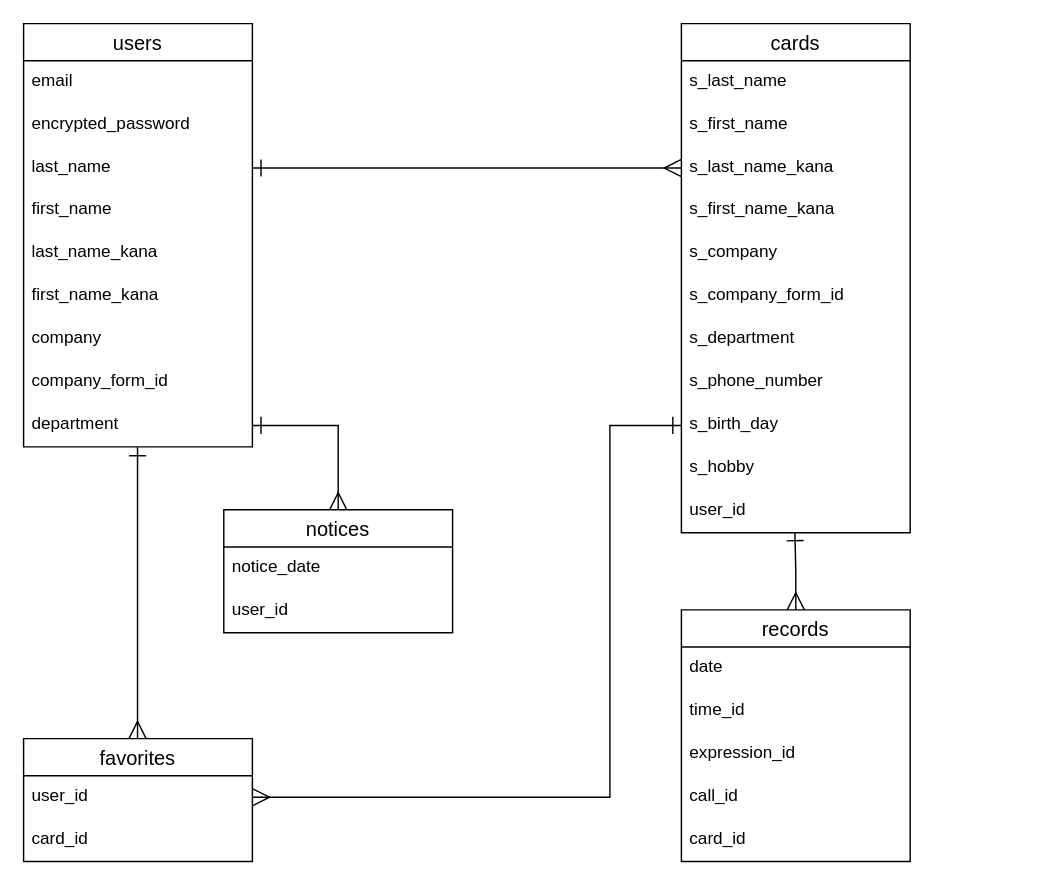
Earlier version of the draw.io diagram alert.dio (yuyakawai0411/s-alert). Source tidied: cells renumbered, new cells numbered last; positions are measured from the earlier drawing's top-left corner, leaving out a move shared by most shapes. Both pictures are drawn from the tidied source at 143%, with x=0, y=0 at pixel (23, 23).
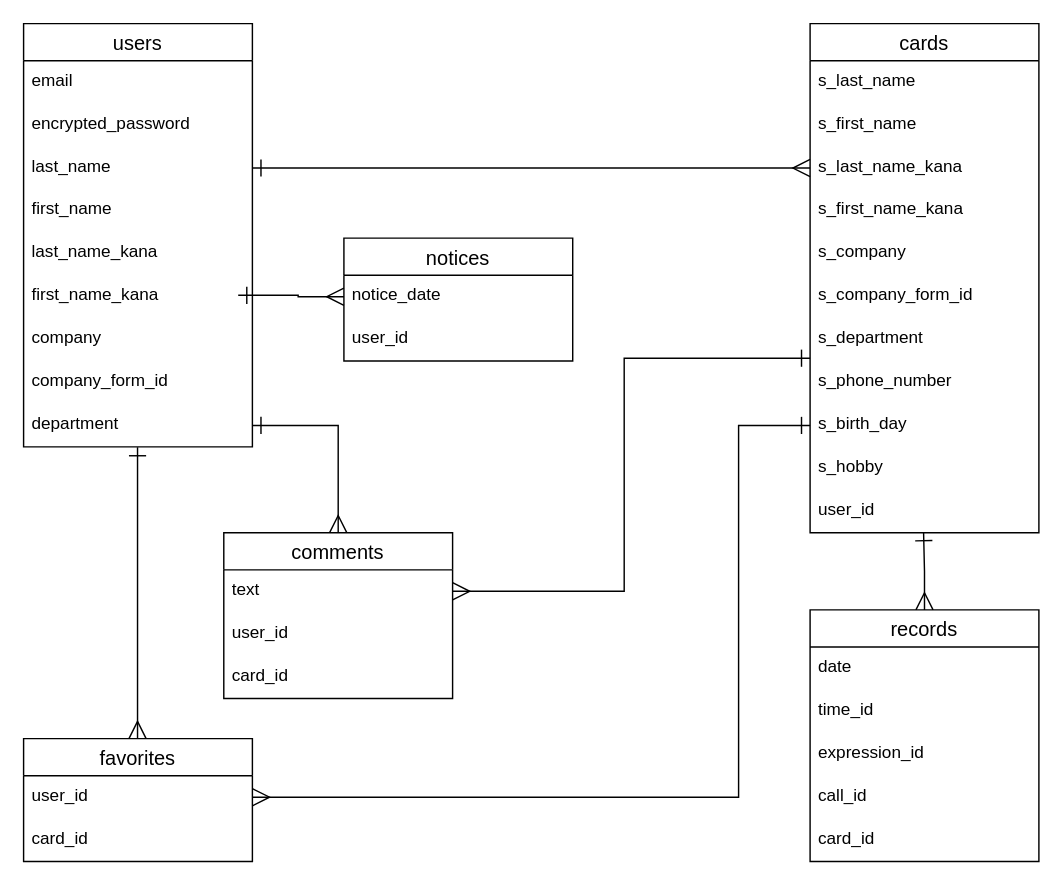
Above is the later version.

The change refers to these unchanged cells:
```xml
<mxCell id="8" value="first_name_kana" style="text;strokeColor=none;fillColor=none;spacingLeft=4;spacingRight=4;overflow=hidden;points=[[0,0.5],[1,0.5]];portConstraint=eastwest;fontSize=12;" parent="2" vertex="1">
  <mxGeometry y="176" width="160" height="30" as="geometry" />
</mxCell>
<mxCell id="11" value="department" style="text;strokeColor=none;fillColor=none;spacingLeft=4;spacingRight=4;overflow=hidden;points=[[0,0.5],[1,0.5]];portConstraint=eastwest;fontSize=12;" parent="2" vertex="1">
  <mxGeometry y="266" width="160" height="30" as="geometry" />
</mxCell>
<mxCell id="19" value="s_department" style="text;strokeColor=none;fillColor=none;spacingLeft=4;spacingRight=4;overflow=hidden;points=[[0,0.5],[1,0.5]];portConstraint=eastwest;fontSize=12;" parent="12" vertex="1">
  <mxGeometry y="206" width="160" height="30" as="geometry" />
</mxCell>
<mxCell id="21" value="s_birth_day" style="text;strokeColor=none;fillColor=none;spacingLeft=4;spacingRight=4;overflow=hidden;points=[[0,0.5],[1,0.5]];portConstraint=eastwest;fontSize=12;" parent="12" vertex="1">
  <mxGeometry y="266" width="160" height="30" as="geometry" />
</mxCell>
<mxCell id="26" value="user_id" style="text;strokeColor=none;fillColor=none;spacingLeft=4;spacingRight=4;overflow=hidden;points=[[0,0.5],[1,0.5]];portConstraint=eastwest;fontSize=12;" parent="25" vertex="1">
  <mxGeometry y="26" width="160" height="30" as="geometry" />
</mxCell>
<mxCell id="38" value="notice_date" style="text;strokeColor=none;fillColor=none;spacingLeft=4;spacingRight=4;overflow=hidden;points=[[0,0.5],[1,0.5]];portConstraint=eastwest;fontSize=12;" parent="37" vertex="1">
  <mxGeometry y="26" width="160" height="30" as="geometry" />
</mxCell>
```

What changed in the source:
```diff
@@
     <mxCell id="12" value="cards" style="swimlane;fontStyle=0;horizontal=1;startSize=26;align=center;fontSize=14;" parent="1" vertex="1">
-      <mxGeometry x="460" width="160" height="356" as="geometry" />
+      <mxGeometry x="550" width="160" height="356" as="geometry" />
     </mxCell>
@@
     <mxCell id="29" style="edgeStyle=orthogonalEdgeStyle;rounded=0;jettySize=auto;html=1;exitX=1;exitY=0.5;exitDx=0;exitDy=0;entryX=0;entryY=0.5;entryDx=0;entryDy=0;startArrow=ERmany;startFill=0;startSize=10;endArrow=ERone;endFill=0;endSize=10;strokeWidth=1;" parent="1" edge="1" source="26" target="21">
       <mxGeometry relative="1" as="geometry">
         <Array as="points">
-          <mxPoint x="410" y="541" />
-          <mxPoint x="410" y="281" />
+          <mxPoint x="500" y="541" />
+          <mxPoint x="500" y="281" />
         </Array>
       </mxGeometry>
     </mxCell>
@@
     <mxCell id="31" value="records" style="swimlane;fontStyle=0;horizontal=1;startSize=26;align=center;fontSize=14;" parent="1" vertex="1">
-      <mxGeometry x="460" y="410" width="160" height="176" as="geometry" />
+      <mxGeometry x="550" y="410" width="160" height="176" as="geometry" />
     </mxCell>
@@
     <mxCell id="37" value="notices" style="swimlane;fontStyle=0;horizontal=1;startSize=26;align=center;fontSize=14;" parent="1" vertex="1">
-      <mxGeometry x="140" y="340" width="160" height="86" as="geometry" />
+      <mxGeometry x="224" y="150" width="160" height="86" as="geometry" />
     </mxCell>
@@
-    <mxCell id="40" style="edgeStyle=orthogonalEdgeStyle;rounded=0;jettySize=auto;html=1;entryX=0.5;entryY=0;entryDx=0;entryDy=0;startArrow=ERone;startFill=0;endArrow=ERmany;endFill=0;endSize=10;startSize=10;" parent="1" edge="1" source="11" target="37">
-      <mxGeometry relative="1" as="geometry" />
-    </mxCell>
+    <mxCell id="41" style="edgeStyle=orthogonalEdgeStyle;rounded=0;jettySize=auto;html=1;startArrow=ERmany;startFill=0;endArrow=ERone;endFill=0;endSize=10;startSize=10;entryX=1;entryY=0.5;entryDx=0;entryDy=0;" parent="1" edge="1" source="42" target="11">
+      <mxGeometry relative="1" as="geometry" />
+    </mxCell>
+    <mxCell id="42" value="comments" style="swimlane;fontStyle=0;horizontal=1;startSize=26;align=center;fontSize=14;" parent="1" vertex="1">
+      <mxGeometry x="140" y="356" width="160" height="116" as="geometry" />
+    </mxCell>
+    <mxCell id="43" value="text" style="text;strokeColor=none;fillColor=none;spacingLeft=4;spacingRight=4;overflow=hidden;points=[[0,0.5],[1,0.5]];portConstraint=eastwest;fontSize=12;" parent="42" vertex="1">
+      <mxGeometry y="26" width="160" height="30" as="geometry" />
+    </mxCell>
+    <mxCell id="44" value="user_id" style="text;strokeColor=none;fillColor=none;spacingLeft=4;spacingRight=4;overflow=hidden;fontSize=12;" parent="42" vertex="1">
+      <mxGeometry y="56" width="160" height="30" as="geometry" />
+    </mxCell>
+    <mxCell id="45" value="card_id" style="text;strokeColor=none;fillColor=none;spacingLeft=4;spacingRight=4;overflow=hidden;fontSize=12;" parent="42" vertex="1">
+      <mxGeometry y="86" width="160" height="30" as="geometry" />
+    </mxCell>
+    <mxCell id="46" style="edgeStyle=orthogonalEdgeStyle;rounded=0;jettySize=auto;html=1;entryX=0;entryY=0.933;entryDx=0;entryDy=0;entryPerimeter=0;startArrow=ERmany;startFill=0;endArrow=ERone;endFill=0;startSize=10;endSize=10;exitX=1;exitY=0.5;exitDx=0;exitDy=0;" parent="1" edge="1" source="43" target="19">
+      <mxGeometry relative="1" as="geometry">
+        <Array as="points">
+          <mxPoint x="420" y="397" />
+          <mxPoint x="420" y="234" />
+        </Array>
+      </mxGeometry>
+    </mxCell>
+    <mxCell id="47" style="edgeStyle=orthogonalEdgeStyle;rounded=0;jettySize=auto;html=1;entryX=0.938;entryY=0.467;entryDx=0;entryDy=0;entryPerimeter=0;startArrow=ERmany;startFill=0;endArrow=ERone;endFill=0;startSize=10;endSize=10;" parent="1" edge="1" source="38" target="8">
+      <mxGeometry relative="1" as="geometry" />
+    </mxCell>
```
